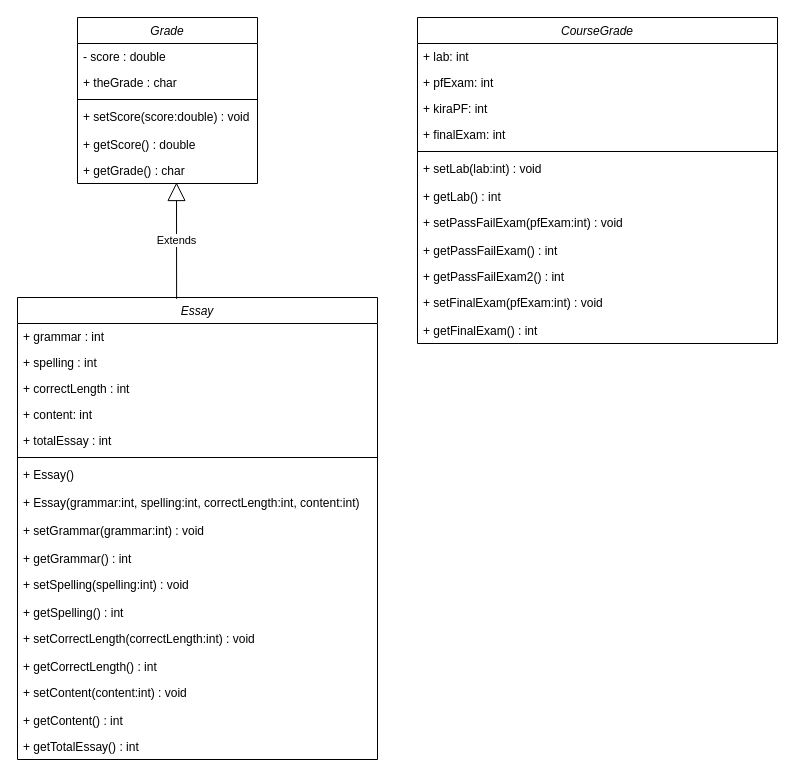
This is inheritance(Q2).drawio from Nazarifah/week2ClassDiagram, a draw.io file, before an edit. Source tidied: cells renumbered, new cells numbered last; positions are measured from the earlier drawing's top-left corner, leaving out a move shared by most shapes. Both pictures are drawn from the tidied source at 100%, with x=0, y=0 at pixel (17, 17).
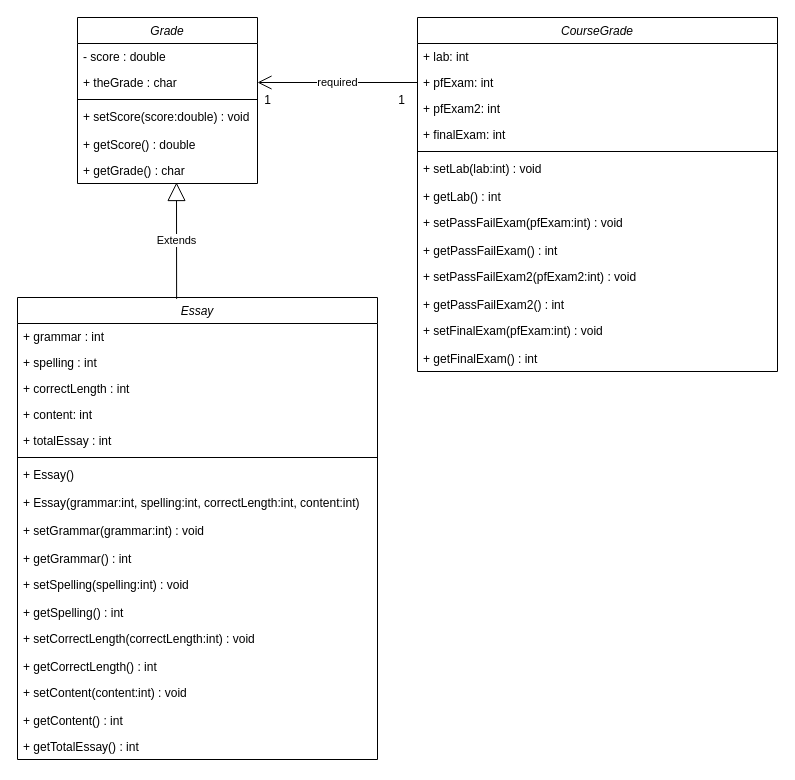
The same page after the edit.

The change refers to these unchanged cells:
```xml
<mxCell id="4" value="+ theGrade : char" style="text;align=left;verticalAlign=top;spacingLeft=4;spacingRight=4;overflow=hidden;points=[[0,0.5],[1,0.5]];portConstraint=eastwest;" parent="2" vertex="1">
  <mxGeometry y="52" width="180" height="26" as="geometry" />
</mxCell>
<mxCell id="29" value="+ pfExam: int" style="text;align=left;verticalAlign=top;spacingLeft=4;spacingRight=4;overflow=hidden;points=[[0,0.5],[1,0.5]];portConstraint=eastwest;" parent="27" vertex="1">
  <mxGeometry y="52" width="360" height="26" as="geometry" />
</mxCell>
```

What changed in the source:
```diff
@@
     <mxCell id="27" value="CourseGrade" style="swimlane;fontStyle=2;align=center;verticalAlign=top;horizontal=1;startSize=26;rounded=0;shadow=0;strokeWidth=1;" parent="1" vertex="1">
-      <mxGeometry x="400" width="360" height="326" as="geometry" />
+      <mxGeometry x="400" width="360" height="354" as="geometry" />
     </mxCell>
@@
-    <mxCell id="30" value="+ kiraPF: int" style="text;align=left;verticalAlign=top;spacingLeft=4;spacingRight=4;overflow=hidden;" parent="27" vertex="1">
+    <mxCell id="30" value="+ pfExam2: int" style="text;align=left;verticalAlign=top;spacingLeft=4;spacingRight=4;overflow=hidden;" parent="27" vertex="1">
       <mxGeometry y="78" width="360" height="26" as="geometry" />
     </mxCell>
@@
+    <mxCell id="41" value="+ setPassFailExam2(pfExam2:int) : void" style="text;align=left;verticalAlign=top;spacingLeft=4;spacingRight=4;overflow=hidden;" parent="27" vertex="1">
+      <mxGeometry y="246" width="360" height="28" as="geometry" />
+    </mxCell>
     <mxCell id="37" value="+ getPassFailExam2() : int" style="text;align=left;verticalAlign=top;spacingLeft=4;spacingRight=4;overflow=hidden;" parent="27" vertex="1">
-      <mxGeometry y="246" width="360" height="26" as="geometry" />
+      <mxGeometry y="274" width="360" height="26" as="geometry" />
     </mxCell>
     <mxCell id="38" value="+ setFinalExam(pfExam:int) : void" style="text;align=left;verticalAlign=top;spacingLeft=4;spacingRight=4;overflow=hidden;" parent="27" vertex="1">
-      <mxGeometry y="272" width="360" height="28" as="geometry" />
+      <mxGeometry y="300" width="360" height="28" as="geometry" />
     </mxCell>
     <mxCell id="39" value="+ getFinalExam() : int" style="text;align=left;verticalAlign=top;spacingLeft=4;spacingRight=4;overflow=hidden;" parent="27" vertex="1">
-      <mxGeometry y="300" width="360" height="26" as="geometry" />
+      <mxGeometry y="328" width="360" height="26" as="geometry" />
     </mxCell>
@@
+    <mxCell id="42" value="required" style="endArrow=open;endFill=1;endSize=12;html=1;exitX=0;exitY=0.5;exitDx=0;exitDy=0;" parent="1" edge="1" source="29" target="4">
+      <mxGeometry relative="1" as="geometry" />
+    </mxCell>
+    <mxCell id="43" value="1" style="text;html=1;align=center;verticalAlign=middle;" parent="1" vertex="1">
+      <mxGeometry x="240" y="73" width="20" height="20" as="geometry" />
+    </mxCell>
+    <mxCell id="44" value="1" style="text;html=1;align=center;verticalAlign=middle;" parent="1" vertex="1">
+      <mxGeometry x="374" y="73" width="20" height="20" as="geometry" />
+    </mxCell>
```
